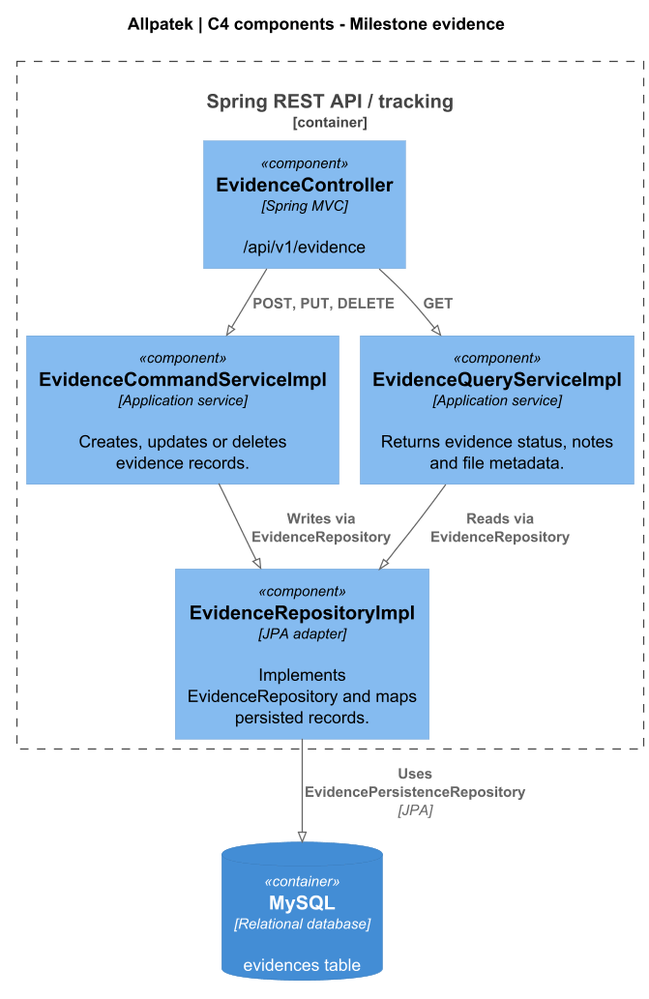
This is assets/chapter-04/architecture/c4-tracking.png from upc-pre-202620-1asi0729-7753-Terranova/allpatek-report, a PlantUML export, as it was before one commit. Its diagram source:
```plantuml
@startuml
!pragma layout smetana
!include <C4/C4_Component>
skinparam backgroundColor white
skinparam defaultFontName SansSerif
skinparam shadowing false
skinparam dpi 120
LAYOUT_TOP_DOWN()

title Allpatek | C4 components - Milestone evidence
Container_Boundary(api, "Spring REST API / tracking") {
  Component(rest, "EvidenceController", "Spring MVC", "/api/v1/evidence")
  Component(cmd, "EvidenceCommandServiceImpl", "Application service", "Creates, updates or deletes evidence records.")
  Component(query, "EvidenceQueryServiceImpl", "Application service", "Returns evidence status, notes and file metadata.")
  Component(repo, "EvidenceRepositoryImpl", "JPA adapter", "Implements EvidenceRepository and maps persisted records.")
}

ContainerDb(db, "MySQL", "Relational database", "evidences table")
Rel(rest, cmd, "POST, PUT, DELETE")
Rel(rest, query, "GET")
Rel(cmd, repo, "Writes via EvidenceRepository")
Rel(query, repo, "Reads via EvidenceRepository")
Rel(repo, db, "Uses EvidencePersistenceRepository", "JPA")
@enduml
```
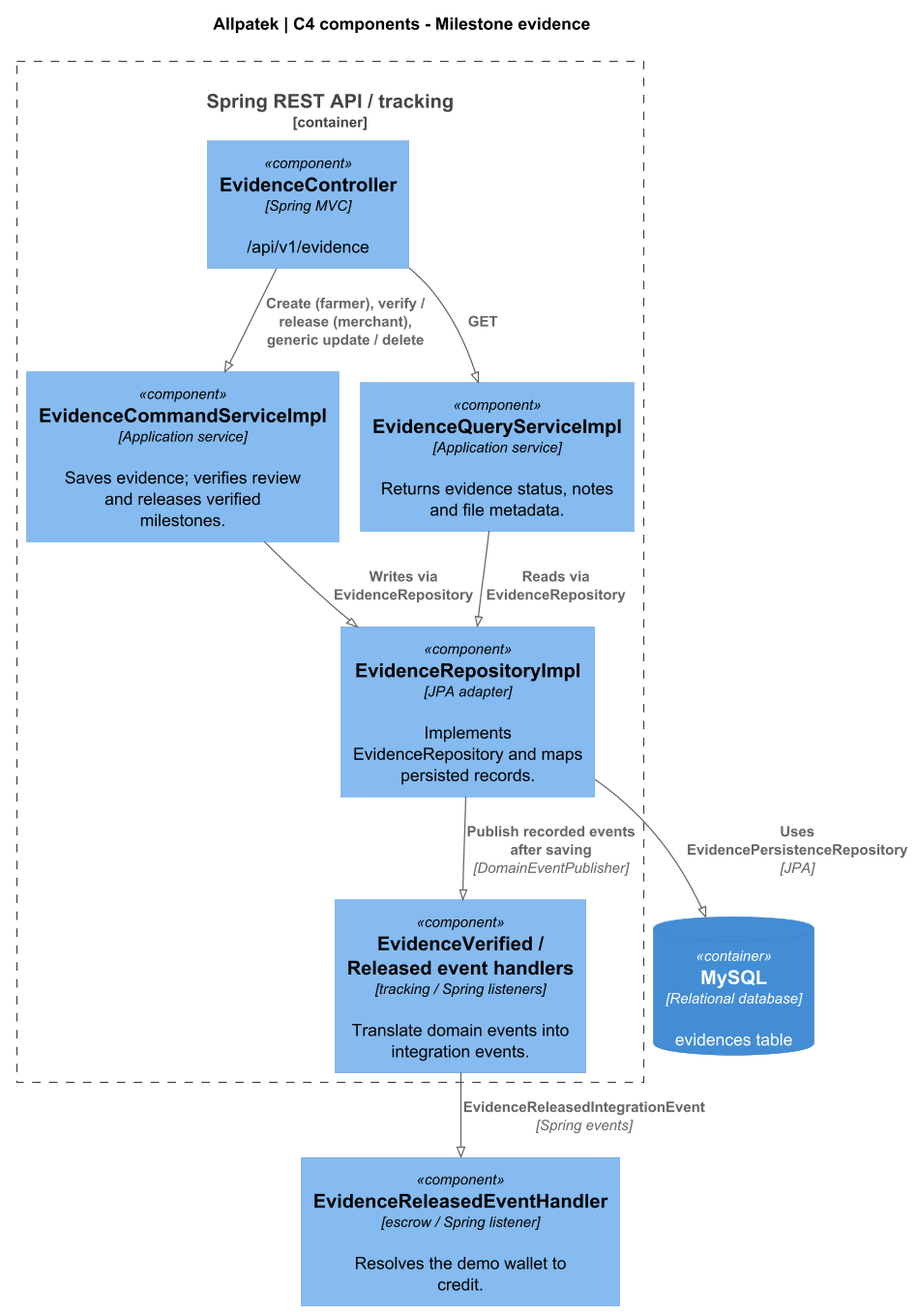
After the commit.

Commit message:
docs(c4): trace evidence verification and release events

What changed in the source:
```diff
@@ -10,15 +10,20 @@
 title Allpatek | C4 components - Milestone evidence
 Container_Boundary(api, "Spring REST API / tracking") {
   Component(rest, "EvidenceController", "Spring MVC", "/api/v1/evidence")
-  Component(cmd, "EvidenceCommandServiceImpl", "Application service", "Creates, updates or deletes evidence records.")
+  Component(cmd, "EvidenceCommandServiceImpl", "Application service", "Saves evidence; verifies review and releases verified milestones.")
   Component(query, "EvidenceQueryServiceImpl", "Application service", "Returns evidence status, notes and file metadata.")
   Component(repo, "EvidenceRepositoryImpl", "JPA adapter", "Implements EvidenceRepository and maps persisted records.")
+  Component(events, "EvidenceVerified / Released event handlers", "tracking / Spring listeners", "Translate domain events into integration events.")
 }
 
 ContainerDb(db, "MySQL", "Relational database", "evidences table")
-Rel(rest, cmd, "POST, PUT, DELETE")
+Rel(rest, cmd, "Create (farmer), verify / release (merchant), generic update / delete")
 Rel(rest, query, "GET")
 Rel(cmd, repo, "Writes via EvidenceRepository")
 Rel(query, repo, "Reads via EvidenceRepository")
 Rel(repo, db, "Uses EvidencePersistenceRepository", "JPA")
+
+Component(esc, "EvidenceReleasedEventHandler", "escrow / Spring listener", "Resolves the demo wallet to credit.")
+Rel(repo, events, "Publish recorded events after saving", "DomainEventPublisher")
+Rel(events, esc, "EvidenceReleasedIntegrationEvent", "Spring events")
 @enduml
```
